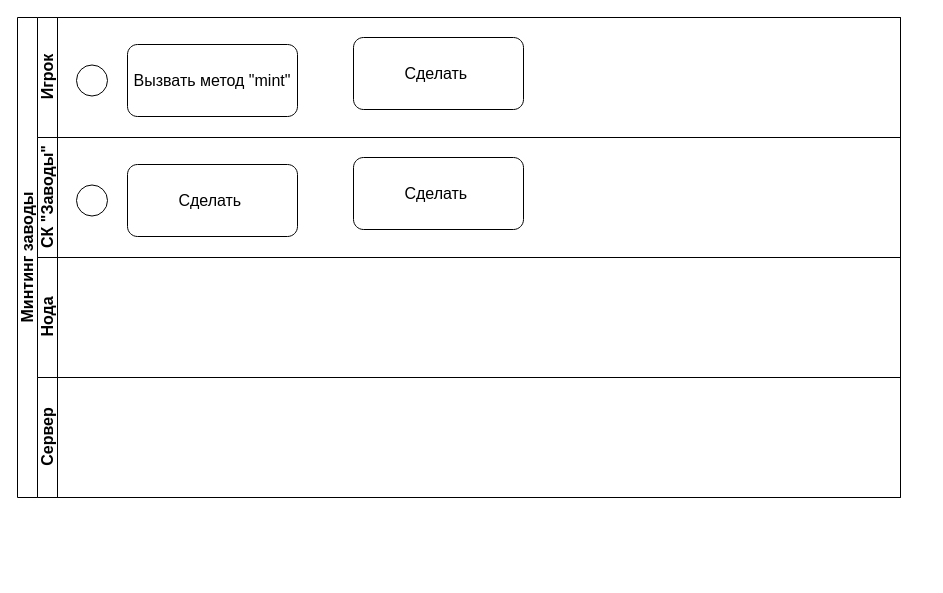
This is page "Заводы" (14 of 14) of Основная.drawio.xml from careock/diagrams, a draw.io file, before an edit. Source tidied: cells renumbered, new cells numbered last; positions are measured from the earlier drawing's top-left corner, leaving out a move shared by most shapes. Both pictures are drawn from the tidied source at 100%, with x=0, y=0 at pixel (17, 17).
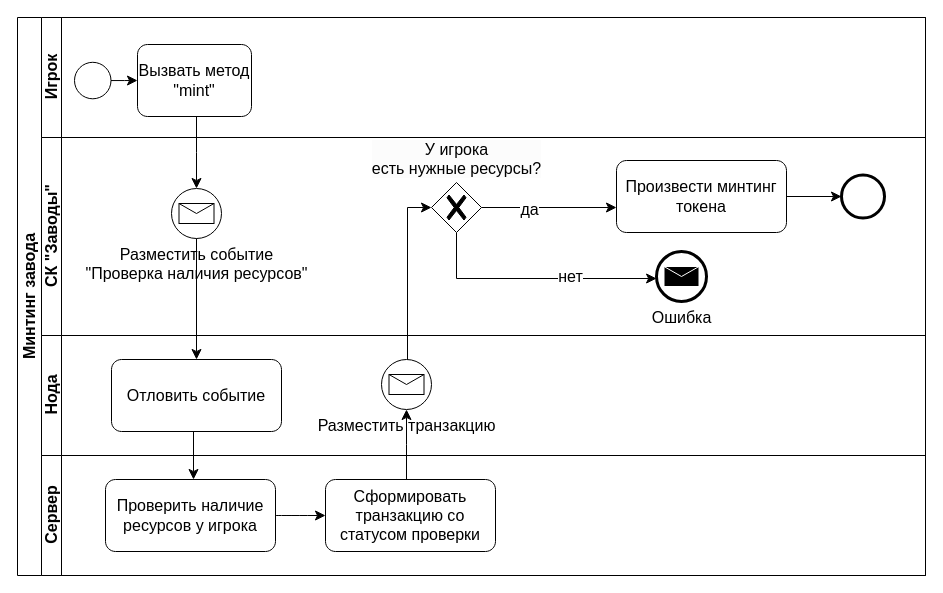
After the change.

The edit, as a diff of the source:
```diff
@@
-    <mxCell id="2" value="Минтинг заводы" style="swimlane;html=1;horizontal=0;startSize=20;whiteSpace=wrap;fontSize=16;" parent="1" vertex="1">
-      <mxGeometry width="883" height="480" as="geometry" />
+    <mxCell id="2" value="Минтинг завода" style="swimlane;html=1;horizontal=0;startSize=24;whiteSpace=wrap;fontSize=16;" parent="1" vertex="1">
+      <mxGeometry width="908" height="558" as="geometry" />
     </mxCell>
     <mxCell id="3" value="Игрок" style="swimlane;html=1;startSize=20;horizontal=0;fontSize=16;" parent="2" vertex="1">
-      <mxGeometry x="20" width="863" height="120" as="geometry" />
+      <mxGeometry x="24" width="884" height="120" as="geometry" />
     </mxCell>
     <mxCell id="4" value="Вызвать метод &quot;mint&quot;" style="points=[[0.25,0,0],[0.5,0,0],[0.75,0,0],[1,0.25,0],[1,0.5,0],[1,0.75,0],[0.75,1,0],[0.5,1,0],[0.25,1,0],[0,0.75,0],[0,0.5,0],[0,0.25,0]];shape=mxgraph.bpmn.task;whiteSpace=wrap;rectStyle=rounded;size=10;html=1;taskMarker=abstract;fontSize=16;" parent="3" vertex="1">
-      <mxGeometry x="90" y="27" width="170" height="72" as="geometry" />
+      <mxGeometry x="96" y="27" width="114" height="72" as="geometry" />
     </mxCell>
+    <mxCell id="13" style="edgeStyle=elbowEdgeStyle;rounded=0;jettySize=auto;html=1;fontSize=12;startSize=8;endSize=8;" parent="3" edge="1" source="5" target="4">
+      <mxGeometry relative="1" as="geometry" />
+    </mxCell>
     <mxCell id="5" style="ellipse;whiteSpace=wrap;html=1;fontSize=16;" parent="3" vertex="1">
-      <mxGeometry x="39" y="47.5" width="31" height="31" as="geometry" />
+      <mxGeometry x="33" y="44.8" width="36.5" height="36.5" as="geometry" />
     </mxCell>
+    <mxCell id="7" value="СК &quot;Заводы&quot;" style="swimlane;html=1;startSize=20;horizontal=0;fontSize=16;" parent="2" vertex="1">
+      <mxGeometry x="24" y="120" width="884" height="198" as="geometry" />
+    </mxCell>
+    <mxCell id="14" style="points=[[0.145,0.145,0],[0.5,0,0],[0.855,0.145,0],[1,0.5,0],[0.855,0.855,0],[0.5,1,0],[0.145,0.855,0],[0,0.5,0]];shape=mxgraph.bpmn.event;html=1;verticalLabelPosition=bottom;labelBackgroundColor=#ffffff;verticalAlign=top;align=center;perimeter=ellipsePerimeter;outlineConnect=0;outline=end;symbol=terminate2;fontSize=16;" parent="7" vertex="1">
+      <mxGeometry x="800" y="37.5" width="43" height="43" as="geometry" />
+    </mxCell>
+    <mxCell id="15" value="Разместить событие&lt;br&gt;&quot;Проверка наличия ресурсов&quot;" style="points=[[0.145,0.145,0],[0.5,0,0],[0.855,0.145,0],[1,0.5,0],[0.855,0.855,0],[0.5,1,0],[0.145,0.855,0],[0,0.5,0]];shape=mxgraph.bpmn.event;html=1;verticalLabelPosition=bottom;labelBackgroundColor=#ffffff;verticalAlign=top;align=center;perimeter=ellipsePerimeter;outlineConnect=0;outline=standard;symbol=message;fontSize=16;" parent="7" vertex="1">
+      <mxGeometry x="130" y="51" width="50" height="50" as="geometry" />
+    </mxCell>
+    <mxCell id="16" style="edgeStyle=elbowEdgeStyle;rounded=0;jettySize=auto;html=1;fontSize=12;startSize=8;endSize=8;elbow=vertical;" parent="7" edge="1" source="20" target="24">
+      <mxGeometry relative="1" as="geometry" />
+    </mxCell>
+    <mxCell id="17" value="да" style="edgeLabel;html=1;align=center;verticalAlign=middle;fontSize=16;" parent="16" vertex="1">
+      <mxGeometry x="-0.3" y="-1" relative="1" as="geometry" />
+    </mxCell>
+    <mxCell id="18" style="edgeStyle=elbowEdgeStyle;rounded=0;jettySize=auto;html=1;fontSize=12;startSize=8;endSize=8;exitX=0.5;exitY=1;exitDx=0;exitDy=0;exitPerimeter=0;elbow=vertical;" parent="7" edge="1" source="20" target="21">
+      <mxGeometry relative="1" as="geometry">
+        <Array as="points">
+          <mxPoint x="571" y="141" />
+          <mxPoint x="497" y="148" />
+        </Array>
+      </mxGeometry>
+    </mxCell>
+    <mxCell id="19" value="нет" style="edgeLabel;html=1;align=center;verticalAlign=middle;fontSize=16;" parent="18" vertex="1">
+      <mxGeometry x="0.29" y="3" relative="1" as="geometry" />
+    </mxCell>
+    <mxCell id="20" value="У игрока&lt;br&gt;есть нужные ресурсы?" style="points=[[0.25,0.25,0],[0.5,0,0],[0.75,0.25,0],[1,0.5,0],[0.75,0.75,0],[0.5,1,0],[0.25,0.75,0],[0,0.5,0]];shape=mxgraph.bpmn.gateway2;verticalLabelPosition=top;labelBackgroundColor=#FCFCFC;verticalAlign=bottom;align=center;perimeter=rhombusPerimeter;outlineConnect=0;outline=none;symbol=none;gwType=exclusive;fontSize=16;html=1;spacing=4;labelBorderColor=none;labelPosition=center;" parent="7" vertex="1">
+      <mxGeometry x="390" y="45" width="50" height="50" as="geometry" />
+    </mxCell>
+    <mxCell id="21" value="Ошибка" style="points=[[0.145,0.145,0],[0.5,0,0],[0.855,0.145,0],[1,0.5,0],[0.855,0.855,0],[0.5,1,0],[0.145,0.855,0],[0,0.5,0]];shape=mxgraph.bpmn.event;html=1;verticalLabelPosition=bottom;labelBackgroundColor=#ffffff;verticalAlign=top;align=center;perimeter=ellipsePerimeter;outlineConnect=0;outline=end;symbol=message;fontSize=16;" parent="7" vertex="1">
+      <mxGeometry x="615" y="114" width="50" height="50" as="geometry" />
+    </mxCell>
+    <mxCell id="22" style="edgeStyle=none;curved=1;rounded=0;orthogonalLoop=1;jettySize=auto;html=1;exitX=0.5;exitY=0;exitDx=0;exitDy=0;exitPerimeter=0;fontSize=12;startSize=8;endSize=8;" parent="7" edge="1" source="21" target="21">
+      <mxGeometry relative="1" as="geometry" />
+    </mxCell>
+    <mxCell id="23" style="edgeStyle=elbowEdgeStyle;rounded=0;jettySize=auto;html=1;fontSize=12;startSize=8;endSize=8;elbow=vertical;" parent="7" edge="1" source="24" target="14">
+      <mxGeometry relative="1" as="geometry" />
+    </mxCell>
+    <mxCell id="24" value="Произвести минтинг токена" style="points=[[0.25,0,0],[0.5,0,0],[0.75,0,0],[1,0.25,0],[1,0.5,0],[1,0.75,0],[0.75,1,0],[0.5,1,0],[0.25,1,0],[0,0.75,0],[0,0.5,0],[0,0.25,0]];shape=mxgraph.bpmn.task;whiteSpace=wrap;rectStyle=rounded;size=10;html=1;taskMarker=abstract;fontSize=16;" parent="7" vertex="1">
+      <mxGeometry x="575" y="23" width="170" height="72" as="geometry" />
+    </mxCell>
+    <mxCell id="11" value="Нода" style="swimlane;html=1;startSize=20;horizontal=0;fontSize=16;" parent="2" vertex="1">
+      <mxGeometry x="24" y="318" width="884" height="120" as="geometry" />
+    </mxCell>
-    <mxCell id="6" value="Сделать&amp;nbsp;" style="points=[[0.25,0,0],[0.5,0,0],[0.75,0,0],[1,0.25,0],[1,0.5,0],[1,0.75,0],[0.75,1,0],[0.5,1,0],[0.25,1,0],[0,0.75,0],[0,0.5,0],[0,0.25,0]];shape=mxgraph.bpmn.task;whiteSpace=wrap;rectStyle=rounded;size=10;html=1;taskMarker=abstract;fontSize=16;" parent="3" vertex="1">
-      <mxGeometry x="316" y="20" width="170" height="72" as="geometry" />
+    <mxCell id="6" value="Отловить событие" style="points=[[0.25,0,0],[0.5,0,0],[0.75,0,0],[1,0.25,0],[1,0.5,0],[1,0.75,0],[0.75,1,0],[0.5,1,0],[0.25,1,0],[0,0.75,0],[0,0.5,0],[0,0.25,0]];shape=mxgraph.bpmn.task;whiteSpace=wrap;rectStyle=rounded;size=10;html=1;taskMarker=abstract;fontSize=16;" parent="11" vertex="1">
+      <mxGeometry x="70" y="24" width="170" height="72" as="geometry" />
     </mxCell>
-    <mxCell id="7" value="СК &quot;Заводы&quot;" style="swimlane;html=1;startSize=20;horizontal=0;fontSize=16;" parent="2" vertex="1">
-      <mxGeometry x="20" y="120" width="863" height="120" as="geometry" />
-    </mxCell>
-    <mxCell id="8" value="Сделать&amp;nbsp;" style="shape=mxgraph.bpmn.task;whiteSpace=wrap;rectStyle=rounded;size=10;html=1;taskMarker=abstract;fontSize=16;" parent="7" vertex="1">
-      <mxGeometry x="90" y="27" width="170" height="72" as="geometry" />
-    </mxCell>
-    <mxCell id="9" style="ellipse;whiteSpace=wrap;html=1;fontSize=16;" parent="7" vertex="1">
-      <mxGeometry x="39" y="47.5" width="31" height="31" as="geometry" />
-    </mxCell>
+    <mxCell id="25" value="Разместить транзакцию" style="points=[[0.145,0.145,0],[0.5,0,0],[0.855,0.145,0],[1,0.5,0],[0.855,0.855,0],[0.5,1,0],[0.145,0.855,0],[0,0.5,0]];shape=mxgraph.bpmn.event;html=1;verticalLabelPosition=bottom;labelBackgroundColor=#ffffff;verticalAlign=top;align=center;perimeter=ellipsePerimeter;outlineConnect=0;outline=standard;symbol=message;fontSize=16;" parent="11" vertex="1">
+      <mxGeometry x="340" y="24" width="50" height="50" as="geometry" />
+    </mxCell>
+    <mxCell id="12" value="Сервер" style="swimlane;html=1;startSize=20;horizontal=0;fontSize=16;" parent="2" vertex="1">
+      <mxGeometry x="24" y="438" width="884" height="120" as="geometry" />
+    </mxCell>
+    <mxCell id="26" style="edgeStyle=none;curved=1;rounded=0;jettySize=auto;html=1;fontSize=12;startSize=8;endSize=8;" parent="12" edge="1" source="10" target="27">
+      <mxGeometry relative="1" as="geometry" />
+    </mxCell>
-    <mxCell id="10" value="Сделать&amp;nbsp;" style="points=[[0.25,0,0],[0.5,0,0],[0.75,0,0],[1,0.25,0],[1,0.5,0],[1,0.75,0],[0.75,1,0],[0.5,1,0],[0.25,1,0],[0,0.75,0],[0,0.5,0],[0,0.25,0]];shape=mxgraph.bpmn.task;whiteSpace=wrap;rectStyle=rounded;size=10;html=1;taskMarker=abstract;fontSize=16;" parent="7" vertex="1">
-      <mxGeometry x="316" y="20" width="170" height="72" as="geometry" />
+    <mxCell id="10" value="Проверить наличие ресурсов у игрока" style="points=[[0.25,0,0],[0.5,0,0],[0.75,0,0],[1,0.25,0],[1,0.5,0],[1,0.75,0],[0.75,1,0],[0.5,1,0],[0.25,1,0],[0,0.75,0],[0,0.5,0],[0,0.25,0]];shape=mxgraph.bpmn.task;whiteSpace=wrap;rectStyle=rounded;size=10;html=1;taskMarker=abstract;fontSize=16;" parent="12" vertex="1">
+      <mxGeometry x="64" y="24" width="170" height="72" as="geometry" />
     </mxCell>
-    <mxCell id="11" value="Нода" style="swimlane;html=1;startSize=20;horizontal=0;fontSize=16;" parent="2" vertex="1">
-      <mxGeometry x="20" y="240" width="863" height="120" as="geometry" />
-    </mxCell>
-    <mxCell id="12" value="Сервер" style="swimlane;html=1;startSize=20;horizontal=0;fontSize=16;" parent="2" vertex="1">
-      <mxGeometry x="20" y="360" width="863" height="120" as="geometry" />
-    </mxCell>
+    <mxCell id="27" value="Сформировать транзакцию со статусом проверки" style="points=[[0.25,0,0],[0.5,0,0],[0.75,0,0],[1,0.25,0],[1,0.5,0],[1,0.75,0],[0.75,1,0],[0.5,1,0],[0.25,1,0],[0,0.75,0],[0,0.5,0],[0,0.25,0]];shape=mxgraph.bpmn.task;whiteSpace=wrap;rectStyle=rounded;size=10;html=1;taskMarker=abstract;fontSize=16;" parent="12" vertex="1">
+      <mxGeometry x="284" y="24" width="170" height="72" as="geometry" />
+    </mxCell>
+    <mxCell id="28" style="edgeStyle=elbowEdgeStyle;rounded=0;jettySize=auto;html=1;fontSize=12;startSize=8;endSize=8;" parent="2" edge="1" source="4" target="15">
+      <mxGeometry relative="1" as="geometry" />
+    </mxCell>
+    <mxCell id="29" style="edgeStyle=elbowEdgeStyle;rounded=0;jettySize=auto;html=1;fontSize=12;startSize=8;endSize=8;" parent="2" edge="1" source="15" target="6">
+      <mxGeometry relative="1" as="geometry" />
+    </mxCell>
+    <mxCell id="30" style="edgeStyle=elbowEdgeStyle;rounded=0;jettySize=auto;html=1;fontSize=12;startSize=8;endSize=8;" parent="2" edge="1" source="6" target="10">
+      <mxGeometry relative="1" as="geometry" />
+    </mxCell>
+    <mxCell id="31" style="edgeStyle=elbowEdgeStyle;rounded=0;jettySize=auto;html=1;fontSize=12;startSize=8;endSize=8;" parent="2" edge="1" source="27" target="25">
+      <mxGeometry relative="1" as="geometry" />
+    </mxCell>
+    <mxCell id="32" style="edgeStyle=elbowEdgeStyle;rounded=0;jettySize=auto;html=1;fontSize=12;startSize=8;endSize=8;" parent="2" edge="1" source="25" target="20">
+      <mxGeometry relative="1" as="geometry">
+        <Array as="points">
+          <mxPoint x="390" y="234" />
+        </Array>
+      </mxGeometry>
+    </mxCell>
```
